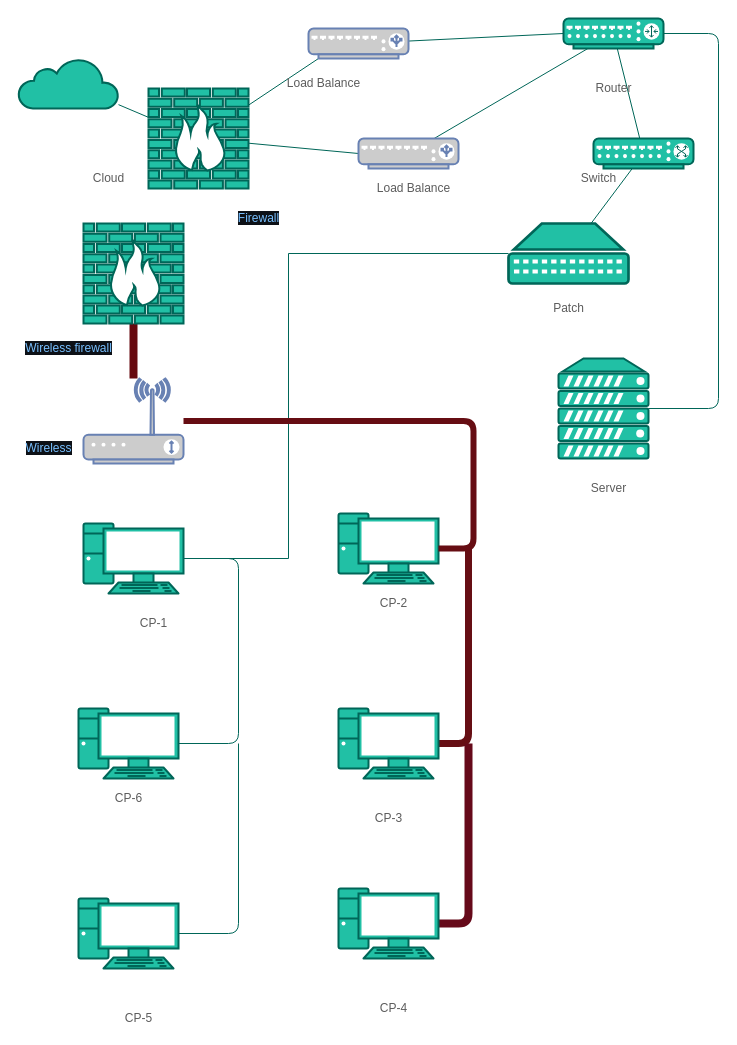
The draw.io diagram Untitled Diagram.drawio in flipifucan/BootCampSecurity, before the edit. Source tidied: cells renumbered, new cells numbered last; positions are measured from the earlier drawing's top-left corner, leaving out a move shared by most shapes. Both pictures are drawn from the tidied source at 100%, with x=0, y=0 at pixel (18, 18).
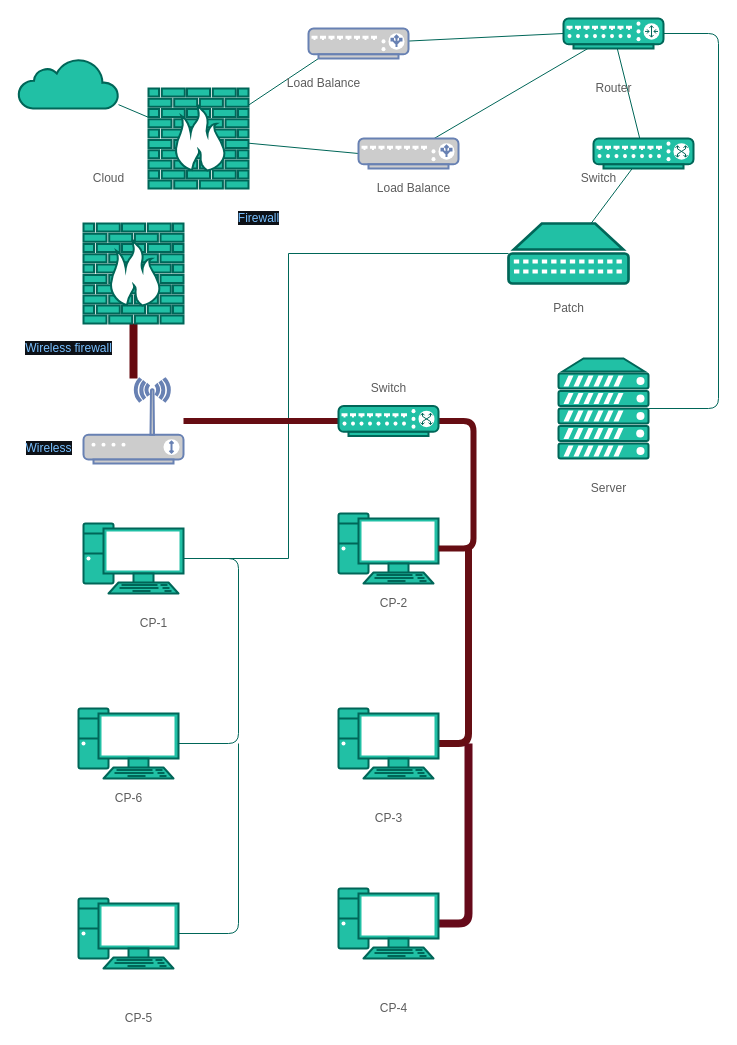
The same diagram, later.

What changed in the source:
```diff
@@
+    <mxCell id="49" style="fontColor=#5C5C5C;verticalAlign=top;verticalLabelPosition=bottom;labelPosition=center;align=center;html=1;fillColor=#21C0A5;strokeColor=#006658;gradientDirection=north;strokeWidth=2;shape=mxgraph.networks.switch;" parent="1" vertex="1">
+      <mxGeometry x="320" y="387.5" width="100" height="30" as="geometry" />
+    </mxCell>
+    <mxCell id="50" value="Switch" style="text;html=1;align=center;verticalAlign=middle;fillColor=none;strokeColor=none;rounded=0;fontColor=#5C5C5C;" parent="1" vertex="1">
+      <mxGeometry x="345" y="360" width="50" height="20" as="geometry" />
+    </mxCell>
```
